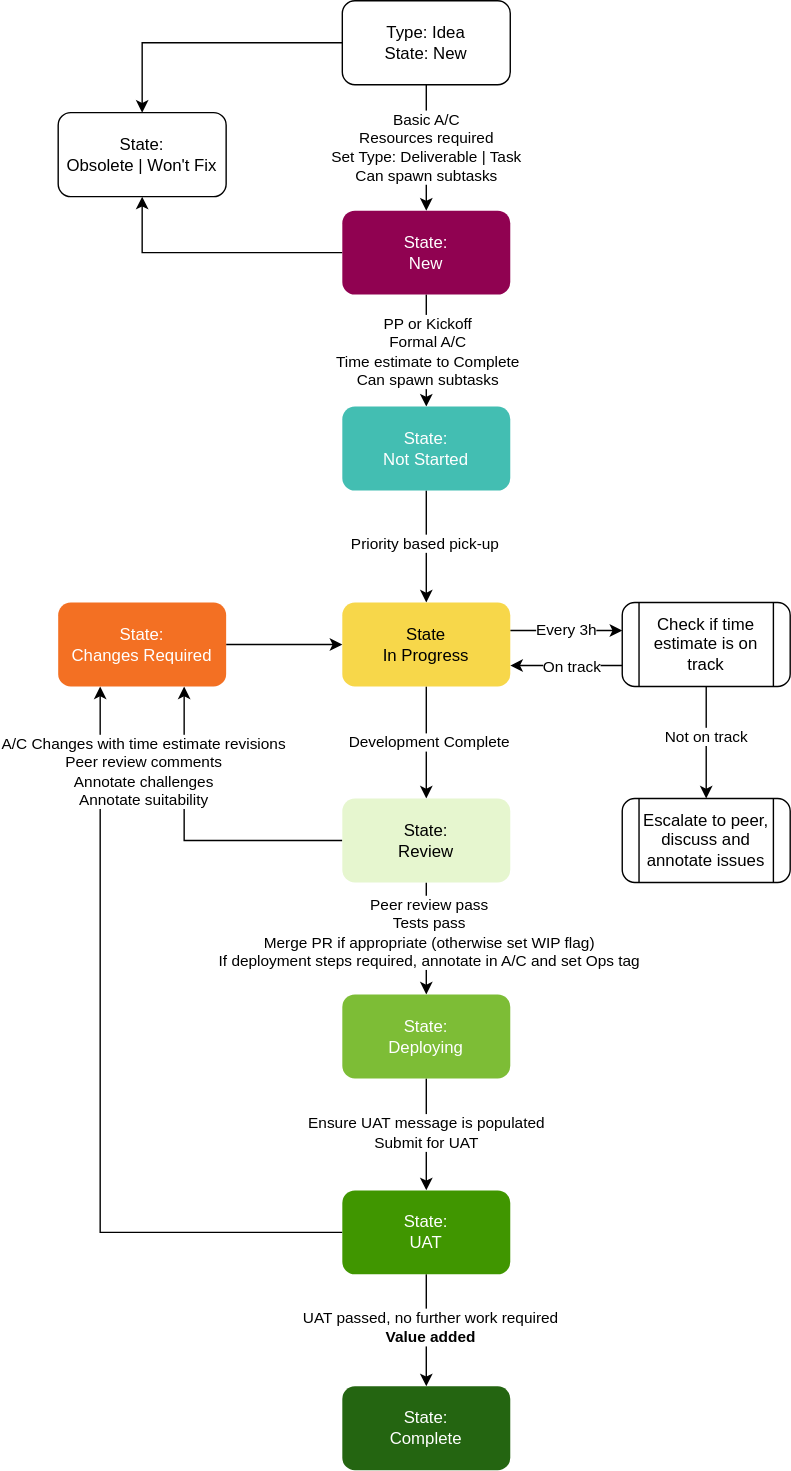
This is docs/resources/svg/development-process-overview.svg from vivait/handbook, a draw.io export, as it was before one commit. Source tidied: cells renumbered, new cells last; positions are measured from the earlier drawing's top-left corner, leaving out a move shared by most shapes. Source of this version:
```xml
<mxGraphModel background="#ffffff">
  <root>
    <mxCell id="0" />
    <mxCell id="1" parent="0" />
    <mxCell id="2" style="edgeStyle=orthogonalEdgeStyle;rounded=0;jettySize=auto;html=1;" parent="1" edge="1" source="4" target="31">
      <mxGeometry relative="1" as="geometry" />
    </mxCell>
    <mxCell id="3" value="Basic A/C&lt;br&gt;Resources required&lt;br&gt;Set Type: Deliverable | Task&lt;br&gt;Can spawn subtasks" style="edgeStyle=orthogonalEdgeStyle;rounded=0;jettySize=auto;html=1;" parent="1" edge="1" source="4" target="8">
      <mxGeometry relative="1" as="geometry" />
    </mxCell>
    <mxCell id="4" value="Type: Idea&lt;br&gt;State: New" style="rounded=1;whiteSpace=wrap;html=1;" parent="1" vertex="1">
      <mxGeometry x="203" width="120" height="60" as="geometry" />
    </mxCell>
    <mxCell id="5" style="edgeStyle=orthogonalEdgeStyle;rounded=0;jettySize=auto;html=1;" parent="1" edge="1" source="8" target="11">
      <mxGeometry relative="1" as="geometry" />
    </mxCell>
    <mxCell id="6" value="PP or Kickoff&lt;br&gt;Formal A/C&lt;br&gt;Time estimate to Complete&lt;br&gt;Can spawn subtasks" style="edgeLabel;html=1;align=center;verticalAlign=middle;" parent="5" vertex="1">
      <mxGeometry x="-0.33" relative="1" as="geometry">
        <mxPoint y="13" as="offset" />
      </mxGeometry>
    </mxCell>
    <mxCell id="7" style="edgeStyle=orthogonalEdgeStyle;rounded=0;jettySize=auto;html=1;" parent="1" edge="1" source="8" target="31">
      <mxGeometry relative="1" as="geometry" />
    </mxCell>
    <mxCell id="8" value="State: &lt;br&gt;New" style="rounded=1;whiteSpace=wrap;html=1;fillColor=#900251;fontColor=#FFFFFF;strokeColor=none;" parent="1" vertex="1">
      <mxGeometry x="203" y="150" width="120" height="60" as="geometry" />
    </mxCell>
    <mxCell id="9" style="edgeStyle=orthogonalEdgeStyle;rounded=0;jettySize=auto;html=1;" parent="1" edge="1" source="11" target="15">
      <mxGeometry relative="1" as="geometry" />
    </mxCell>
    <mxCell id="10" value="Priority based pick-up" style="edgeLabel;html=1;align=center;verticalAlign=middle;" parent="9" vertex="1">
      <mxGeometry x="-0.07" y="-2" relative="1" as="geometry" />
    </mxCell>
    <mxCell id="11" value="State: &lt;br&gt;Not Started" style="rounded=1;whiteSpace=wrap;html=1;fillColor=#43BEB2;fontColor=#FFFFFF;strokeColor=none;" parent="1" vertex="1">
      <mxGeometry x="203" y="290" width="120" height="60" as="geometry" />
    </mxCell>
    <mxCell id="12" style="edgeStyle=orthogonalEdgeStyle;rounded=0;jettySize=auto;html=1;" parent="1" edge="1" source="15" target="19">
      <mxGeometry relative="1" as="geometry" />
    </mxCell>
    <mxCell id="13" value="Development Complete" style="edgeLabel;html=1;align=center;verticalAlign=middle;" parent="12" vertex="1">
      <mxGeometry x="-0.03" y="1" relative="1" as="geometry" />
    </mxCell>
    <mxCell id="14" value="Every 3h" style="edgeStyle=orthogonalEdgeStyle;rounded=0;jettySize=auto;html=1;" parent="1" edge="1" source="15" target="36">
      <mxGeometry relative="1" as="geometry">
        <Array as="points">
          <mxPoint x="380" y="450" />
          <mxPoint x="380" y="450" />
        </Array>
      </mxGeometry>
    </mxCell>
    <mxCell id="15" value="State&lt;br&gt;In Progress" style="rounded=1;whiteSpace=wrap;html=1;fillColor=#F7D74A;strokeColor=none;" parent="1" vertex="1">
      <mxGeometry x="203" y="430" width="120" height="60" as="geometry" />
    </mxCell>
    <mxCell id="16" style="edgeStyle=orthogonalEdgeStyle;rounded=0;jettySize=auto;html=1;" parent="1" edge="1" source="19" target="22">
      <mxGeometry relative="1" as="geometry" />
    </mxCell>
    <mxCell id="17" value="Peer review pass&lt;br&gt;Tests pass&lt;br&gt;Merge PR if appropriate (otherwise set WIP flag)&lt;br&gt;If deployment steps required, annotate in A/C and set Ops tag" style="edgeLabel;html=1;align=center;verticalAlign=middle;" parent="16" vertex="1">
      <mxGeometry x="-0.12" y="1" relative="1" as="geometry" />
    </mxCell>
    <mxCell id="18" style="edgeStyle=orthogonalEdgeStyle;rounded=0;jettySize=auto;html=1;entryX=0.75;entryY=1;entryDx=0;entryDy=0;" parent="1" edge="1" source="19" target="30">
      <mxGeometry relative="1" as="geometry" />
    </mxCell>
    <mxCell id="19" value="State:&lt;br&gt;Review" style="rounded=1;whiteSpace=wrap;html=1;fillColor=#E6F6CF;strokeColor=none;" parent="1" vertex="1">
      <mxGeometry x="203" y="570" width="120" height="60" as="geometry" />
    </mxCell>
    <mxCell id="20" style="edgeStyle=orthogonalEdgeStyle;rounded=0;jettySize=auto;html=1;" parent="1" edge="1" source="22" target="27">
      <mxGeometry relative="1" as="geometry" />
    </mxCell>
    <mxCell id="21" value="Ensure UAT message is populated&lt;br&gt;Submit for UAT" style="edgeLabel;html=1;align=center;verticalAlign=middle;" parent="20" vertex="1">
      <mxGeometry x="-0.05" y="-1" relative="1" as="geometry" />
    </mxCell>
    <mxCell id="22" value="State:&lt;br&gt;Deploying" style="rounded=1;whiteSpace=wrap;html=1;fillColor=#7DBD36;fontColor=#FFFFFF;strokeColor=none;" parent="1" vertex="1">
      <mxGeometry x="203" y="710" width="120" height="60" as="geometry" />
    </mxCell>
    <mxCell id="23" style="edgeStyle=orthogonalEdgeStyle;rounded=0;jettySize=auto;html=1;" parent="1" edge="1" source="27" target="28">
      <mxGeometry relative="1" as="geometry" />
    </mxCell>
    <mxCell id="24" value="UAT passed, no further work required&lt;br&gt;&lt;b&gt;Value added&lt;/b&gt;" style="edgeLabel;html=1;align=center;verticalAlign=middle;" parent="23" vertex="1">
      <mxGeometry x="-0.07" y="2" relative="1" as="geometry" />
    </mxCell>
    <mxCell id="25" style="edgeStyle=orthogonalEdgeStyle;rounded=0;jettySize=auto;html=1;entryX=0.25;entryY=1;entryDx=0;entryDy=0;" parent="1" edge="1" source="27" target="30">
      <mxGeometry relative="1" as="geometry" />
    </mxCell>
    <mxCell id="26" value="A/C Changes with time estimate revisions&lt;br&gt;Peer review comments&lt;br&gt;Annotate challenges&lt;br&gt;Annotate suitability" style="edgeLabel;html=1;align=center;verticalAlign=middle;" parent="25" vertex="1">
      <mxGeometry x="0.77" y="2" relative="1" as="geometry">
        <mxPoint x="32" y="-5" as="offset" />
      </mxGeometry>
    </mxCell>
    <mxCell id="27" value="State:&lt;br&gt;UAT" style="rounded=1;whiteSpace=wrap;html=1;fillColor=#409600;fontColor=#FFFFFF;strokeColor=none;" parent="1" vertex="1">
      <mxGeometry x="203" y="850" width="120" height="60" as="geometry" />
    </mxCell>
    <mxCell id="28" value="State:&lt;br&gt;Complete" style="rounded=1;whiteSpace=wrap;html=1;fillColor=#246511;strokeColor=none;fontColor=#FFFFFF;" parent="1" vertex="1">
      <mxGeometry x="203" y="990" width="120" height="60" as="geometry" />
    </mxCell>
    <mxCell id="29" style="edgeStyle=orthogonalEdgeStyle;rounded=0;jettySize=auto;html=1;" parent="1" edge="1" source="30" target="15">
      <mxGeometry relative="1" as="geometry" />
    </mxCell>
    <mxCell id="30" value="State:&lt;br&gt;Changes Required" style="rounded=1;whiteSpace=wrap;html=1;fillColor=#F37023;fontColor=#FFFFFF;strokeColor=none;" parent="1" vertex="1">
      <mxGeometry y="430" width="120" height="60" as="geometry" />
    </mxCell>
    <mxCell id="31" value="State:&lt;br&gt;Obsolete | Won't Fix" style="rounded=1;whiteSpace=wrap;html=1;" parent="1" vertex="1">
      <mxGeometry y="80" width="120" height="60" as="geometry" />
    </mxCell>
    <mxCell id="32" style="edgeStyle=orthogonalEdgeStyle;rounded=0;jettySize=auto;html=1;entryX=1;entryY=0.75;entryDx=0;entryDy=0;" parent="1" edge="1" source="36" target="15">
      <mxGeometry relative="1" as="geometry">
        <Array as="points">
          <mxPoint x="380" y="475" />
          <mxPoint x="380" y="475" />
        </Array>
      </mxGeometry>
    </mxCell>
    <mxCell id="33" value="On track" style="edgeLabel;html=1;align=center;verticalAlign=middle;" parent="32" vertex="1">
      <mxGeometry x="-0.07" y="-3" relative="1" as="geometry">
        <mxPoint y="3" as="offset" />
      </mxGeometry>
    </mxCell>
    <mxCell id="34" style="edgeStyle=orthogonalEdgeStyle;rounded=0;jettySize=auto;html=1;" parent="1" edge="1" source="36" target="37">
      <mxGeometry relative="1" as="geometry" />
    </mxCell>
    <mxCell id="35" value="Not on track" style="edgeLabel;html=1;align=center;verticalAlign=middle;" parent="34" vertex="1">
      <mxGeometry x="-0.12" y="-1" relative="1" as="geometry" />
    </mxCell>
    <mxCell id="36" value="Check if time estimate is on track" style="shape=process;whiteSpace=wrap;html=1;backgroundOutline=1;rounded=1;" parent="1" vertex="1">
      <mxGeometry x="403" y="430" width="120" height="60" as="geometry" />
    </mxCell>
    <mxCell id="37" value="Escalate to peer, discuss and annotate issues" style="shape=process;whiteSpace=wrap;html=1;backgroundOutline=1;rounded=1;" parent="1" vertex="1">
      <mxGeometry x="403" y="570" width="120" height="60" as="geometry" />
    </mxCell>
  </root>
</mxGraphModel>
```
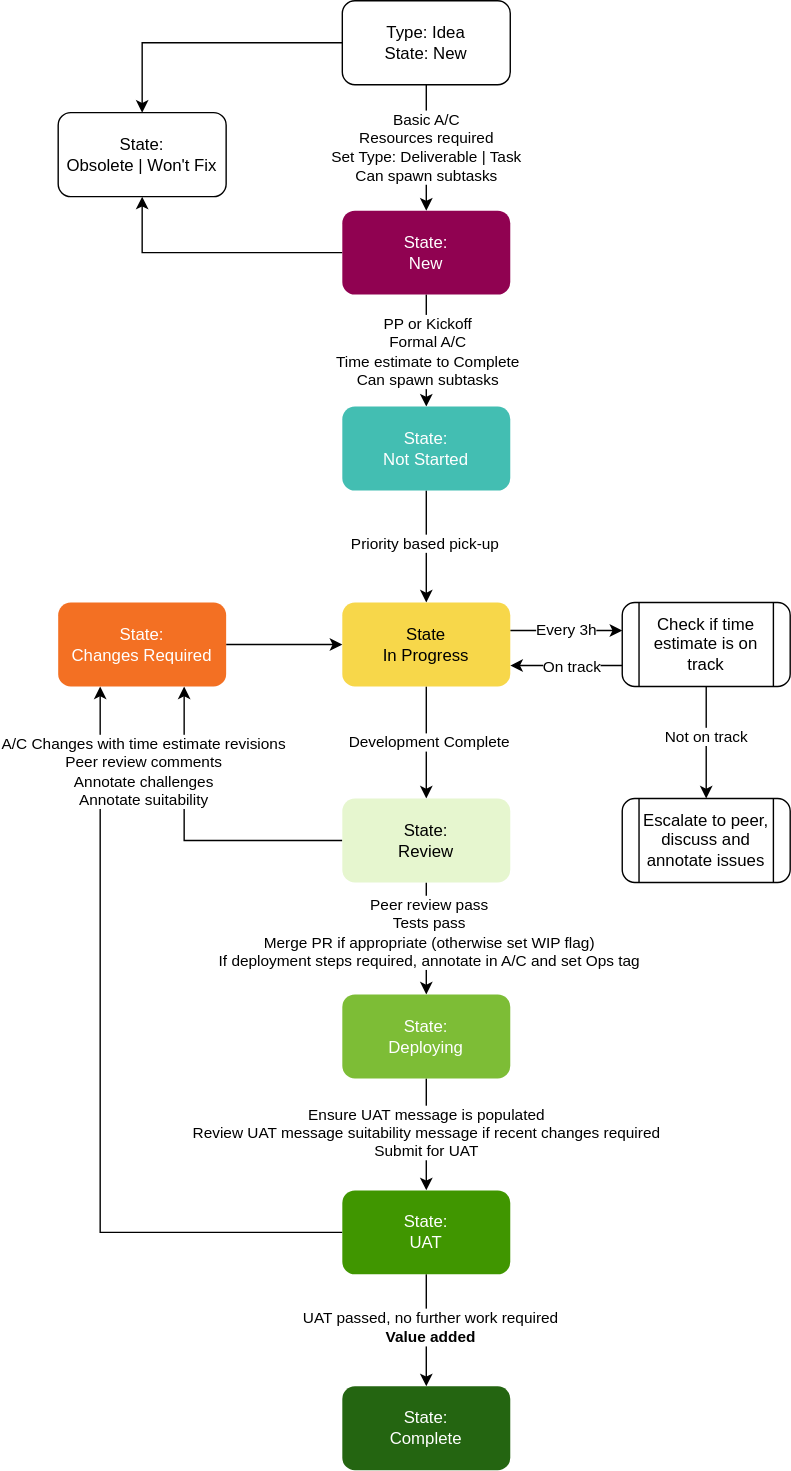
Later version of the same file.

Commit message:
[INT-1031] Update Handbook diagram Development-Process-Overview.svg concerning Changes Required

What changed in the source:
```diff
@@ -66,7 +66,7 @@
     <mxCell id="20" style="edgeStyle=orthogonalEdgeStyle;rounded=0;jettySize=auto;html=1;" parent="1" edge="1" source="22" target="27">
       <mxGeometry relative="1" as="geometry" />
     </mxCell>
-    <mxCell id="21" value="Ensure UAT message is populated&lt;br&gt;Submit for UAT" style="edgeLabel;html=1;align=center;verticalAlign=middle;" parent="20" vertex="1">
+    <mxCell id="21" value="Ensure UAT message is populated&lt;br&gt;Review UAT message suitability&amp;nbsp;message if recent changes required&lt;br&gt;Submit for UAT" style="edgeLabel;html=1;align=center;verticalAlign=middle;" parent="20" vertex="1">
       <mxGeometry x="-0.05" y="-1" relative="1" as="geometry" />
     </mxCell>
     <mxCell id="22" value="State:&lt;br&gt;Deploying" style="rounded=1;whiteSpace=wrap;html=1;fillColor=#7DBD36;fontColor=#FFFFFF;strokeColor=none;" parent="1" vertex="1">
```
